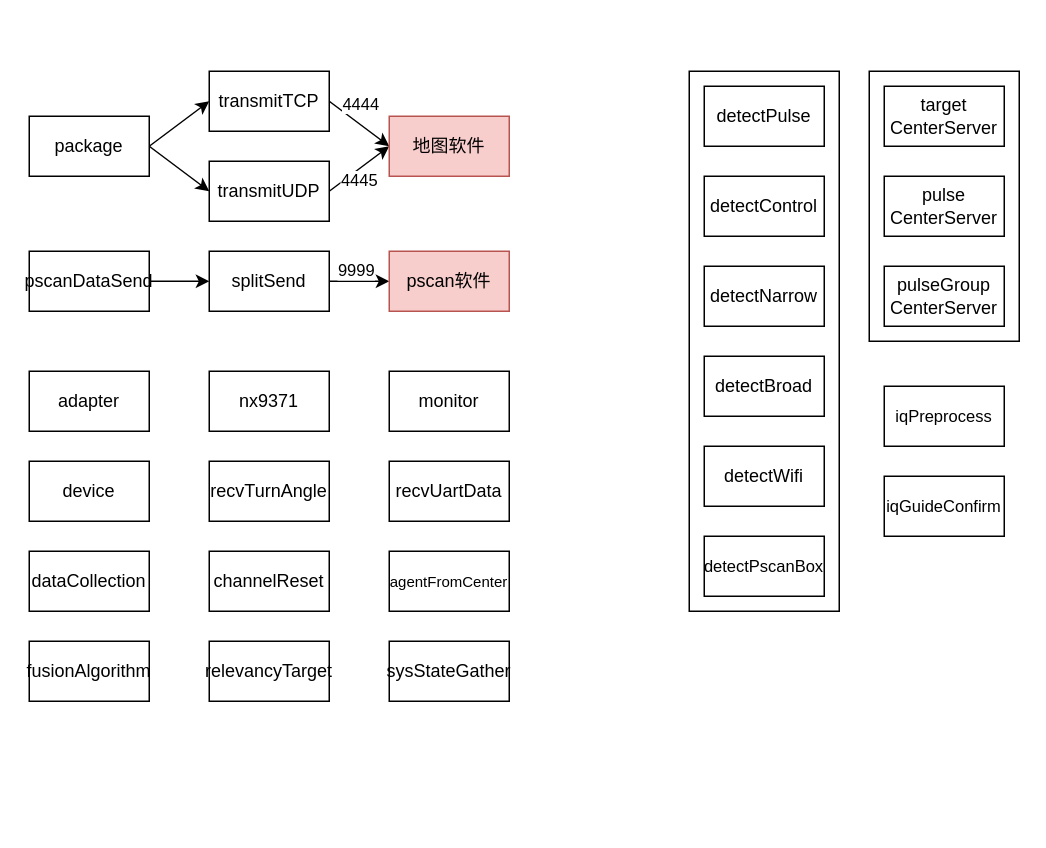
Earlier version of the draw.io diagram 未命名绘图.drawio (cking1019/qt-demo). Source tidied: cells renumbered, new cells numbered last; positions are measured from the earlier drawing's top-left corner, leaving out a move shared by most shapes. Both pictures are drawn from the tidied source at 150%, with x=0, y=0 at pixel (28, 70).
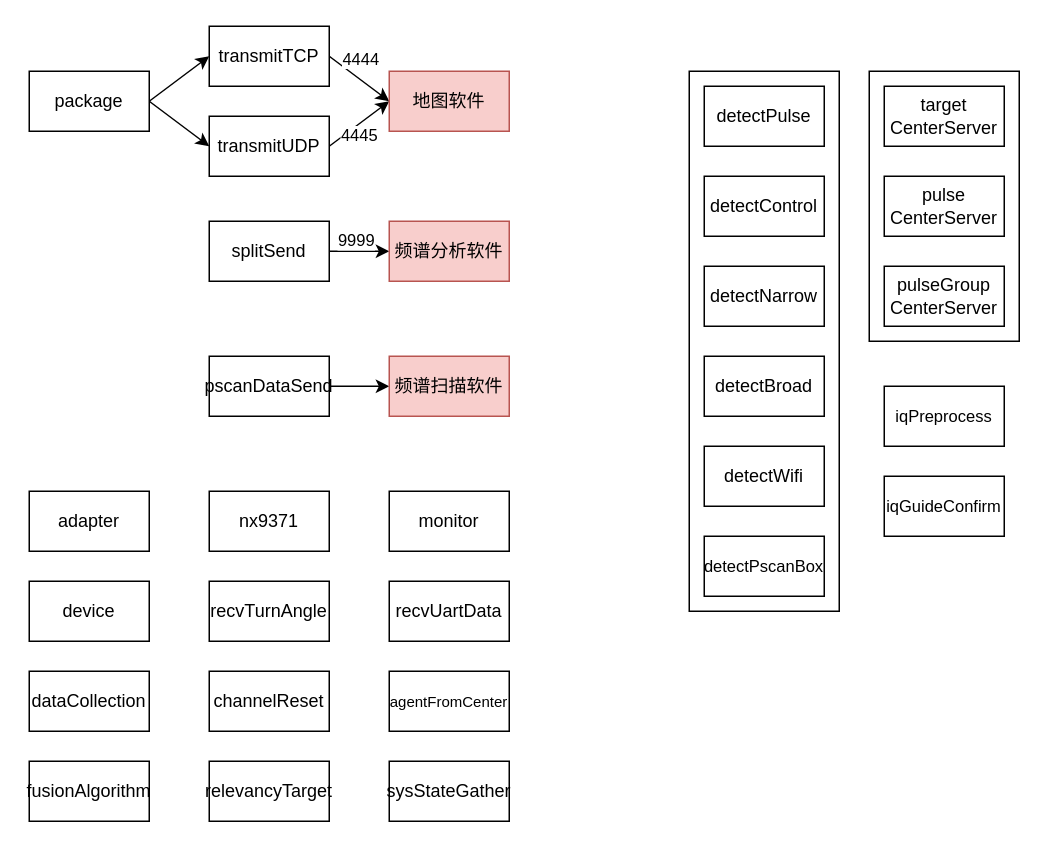
The same diagram, later.

Commit message:
更新未命名绘图.drawio

Change to the diagram source:
```diff
@@
     <mxCell id="4" value="transmitTCP" style="rounded=0;whiteSpace=wrap;html=1;" parent="1" vertex="1">
-      <mxGeometry x="120" width="80" height="40" as="geometry" />
+      <mxGeometry x="120" y="-30" width="80" height="40" as="geometry" />
     </mxCell>
@@
     <mxCell id="7" value="transmitUDP" style="rounded=0;whiteSpace=wrap;html=1;" parent="1" vertex="1">
-      <mxGeometry x="120" y="60" width="80" height="40" as="geometry" />
+      <mxGeometry x="120" y="30" width="80" height="40" as="geometry" />
     </mxCell>
     <mxCell id="8" value="地图软件" style="rounded=0;whiteSpace=wrap;html=1;fillColor=#f8cecc;strokeColor=#b85450;" parent="1" vertex="1">
-      <mxGeometry x="240" y="30" width="80" height="40" as="geometry" />
+      <mxGeometry x="240" width="80" height="40" as="geometry" />
     </mxCell>
     <mxCell id="9" value="monitor" style="rounded=0;whiteSpace=wrap;html=1;" parent="1" vertex="1">
-      <mxGeometry x="240" y="200" width="80" height="40" as="geometry" />
+      <mxGeometry x="240" y="280" width="80" height="40" as="geometry" />
     </mxCell>
     <mxCell id="10" value="nx9371" style="rounded=0;whiteSpace=wrap;html=1;" parent="1" vertex="1">
-      <mxGeometry x="120" y="200" width="80" height="40" as="geometry" />
+      <mxGeometry x="120" y="280" width="80" height="40" as="geometry" />
     </mxCell>
@@
     <mxCell id="23" value="device" style="rounded=0;whiteSpace=wrap;html=1;" parent="1" vertex="1">
-      <mxGeometry y="260" width="80" height="40" as="geometry" />
+      <mxGeometry y="340" width="80" height="40" as="geometry" />
     </mxCell>
-    <mxCell id="24" style="edgeStyle=orthogonalEdgeStyle;rounded=0;jettySize=auto;html=1;exitX=1;exitY=0.5;exitDx=0;exitDy=0;entryX=0;entryY=0.5;entryDx=0;entryDy=0;" parent="1" edge="1" source="25" target="28">
+    <mxCell id="24" style="edgeStyle=orthogonalEdgeStyle;rounded=0;jettySize=auto;html=1;exitX=1;exitY=0.5;exitDx=0;exitDy=0;entryX=0;entryY=0.5;entryDx=0;entryDy=0;" parent="1" edge="1" source="25" target="44">
       <mxGeometry relative="1" as="geometry" />
     </mxCell>
     <mxCell id="25" value="pscanDataSend" style="rounded=0;whiteSpace=wrap;html=1;" parent="1" vertex="1">
-      <mxGeometry y="120" width="80" height="40" as="geometry" />
+      <mxGeometry x="120" y="190" width="80" height="40" as="geometry" />
     </mxCell>
@@
     <mxCell id="28" value="splitSend" style="rounded=0;whiteSpace=wrap;html=1;" parent="1" vertex="1">
-      <mxGeometry x="120" y="120" width="80" height="40" as="geometry" />
+      <mxGeometry x="120" y="100" width="80" height="40" as="geometry" />
     </mxCell>
-    <mxCell id="29" value="pscan软件" style="rounded=0;whiteSpace=wrap;html=1;fillColor=#f8cecc;strokeColor=#b85450;" parent="1" vertex="1">
-      <mxGeometry x="240" y="120" width="80" height="40" as="geometry" />
+    <mxCell id="29" value="频谱分析软件" style="rounded=0;whiteSpace=wrap;html=1;fillColor=#f8cecc;strokeColor=#b85450;" parent="1" vertex="1">
+      <mxGeometry x="240" y="100" width="80" height="40" as="geometry" />
     </mxCell>
@@
     <mxCell id="34" value="package" style="rounded=0;whiteSpace=wrap;html=1;" parent="1" vertex="1">
-      <mxGeometry y="30" width="80" height="40" as="geometry" />
+      <mxGeometry width="80" height="40" as="geometry" />
     </mxCell>
     <mxCell id="35" value="adapter" style="rounded=0;whiteSpace=wrap;html=1;" parent="1" vertex="1">
-      <mxGeometry y="200" width="80" height="40" as="geometry" />
+      <mxGeometry y="280" width="80" height="40" as="geometry" />
     </mxCell>
     <mxCell id="36" value="recvTurnAngle" style="rounded=0;whiteSpace=wrap;html=1;" parent="1" vertex="1">
-      <mxGeometry x="120" y="260" width="80" height="40" as="geometry" />
+      <mxGeometry x="120" y="340" width="80" height="40" as="geometry" />
     </mxCell>
     <mxCell id="37" value="recvUartData" style="rounded=0;whiteSpace=wrap;html=1;" parent="1" vertex="1">
-      <mxGeometry x="240" y="260" width="80" height="40" as="geometry" />
+      <mxGeometry x="240" y="340" width="80" height="40" as="geometry" />
     </mxCell>
     <mxCell id="38" value="dataCollection" style="rounded=0;whiteSpace=wrap;html=1;" parent="1" vertex="1">
-      <mxGeometry y="320" width="80" height="40" as="geometry" />
+      <mxGeometry y="400" width="80" height="40" as="geometry" />
     </mxCell>
     <mxCell id="39" value="channelReset" style="rounded=0;whiteSpace=wrap;html=1;" parent="1" vertex="1">
-      <mxGeometry x="120" y="320" width="80" height="40" as="geometry" />
+      <mxGeometry x="120" y="400" width="80" height="40" as="geometry" />
     </mxCell>
     <mxCell id="40" value="agentFromCenter" style="rounded=0;whiteSpace=wrap;html=1;fontSize=10;" parent="1" vertex="1">
-      <mxGeometry x="240" y="320" width="80" height="40" as="geometry" />
+      <mxGeometry x="240" y="400" width="80" height="40" as="geometry" />
     </mxCell>
     <mxCell id="41" value="fusionAlgorithm" style="rounded=0;whiteSpace=wrap;html=1;" parent="1" vertex="1">
-      <mxGeometry y="380" width="80" height="40" as="geometry" />
+      <mxGeometry y="460" width="80" height="40" as="geometry" />
     </mxCell>
     <mxCell id="42" value="relevancyTarget" style="rounded=0;whiteSpace=wrap;html=1;" parent="1" vertex="1">
-      <mxGeometry x="120" y="380" width="80" height="40" as="geometry" />
+      <mxGeometry x="120" y="460" width="80" height="40" as="geometry" />
     </mxCell>
     <mxCell id="43" value="sysStateGather" style="rounded=0;whiteSpace=wrap;html=1;" parent="1" vertex="1">
-      <mxGeometry x="240" y="380" width="80" height="40" as="geometry" />
+      <mxGeometry x="240" y="460" width="80" height="40" as="geometry" />
     </mxCell>
+    <mxCell id="44" value="频谱扫描软件" style="rounded=0;whiteSpace=wrap;html=1;fillColor=#f8cecc;strokeColor=#b85450;" parent="1" vertex="1">
+      <mxGeometry x="240" y="190" width="80" height="40" as="geometry" />
+    </mxCell>
```
